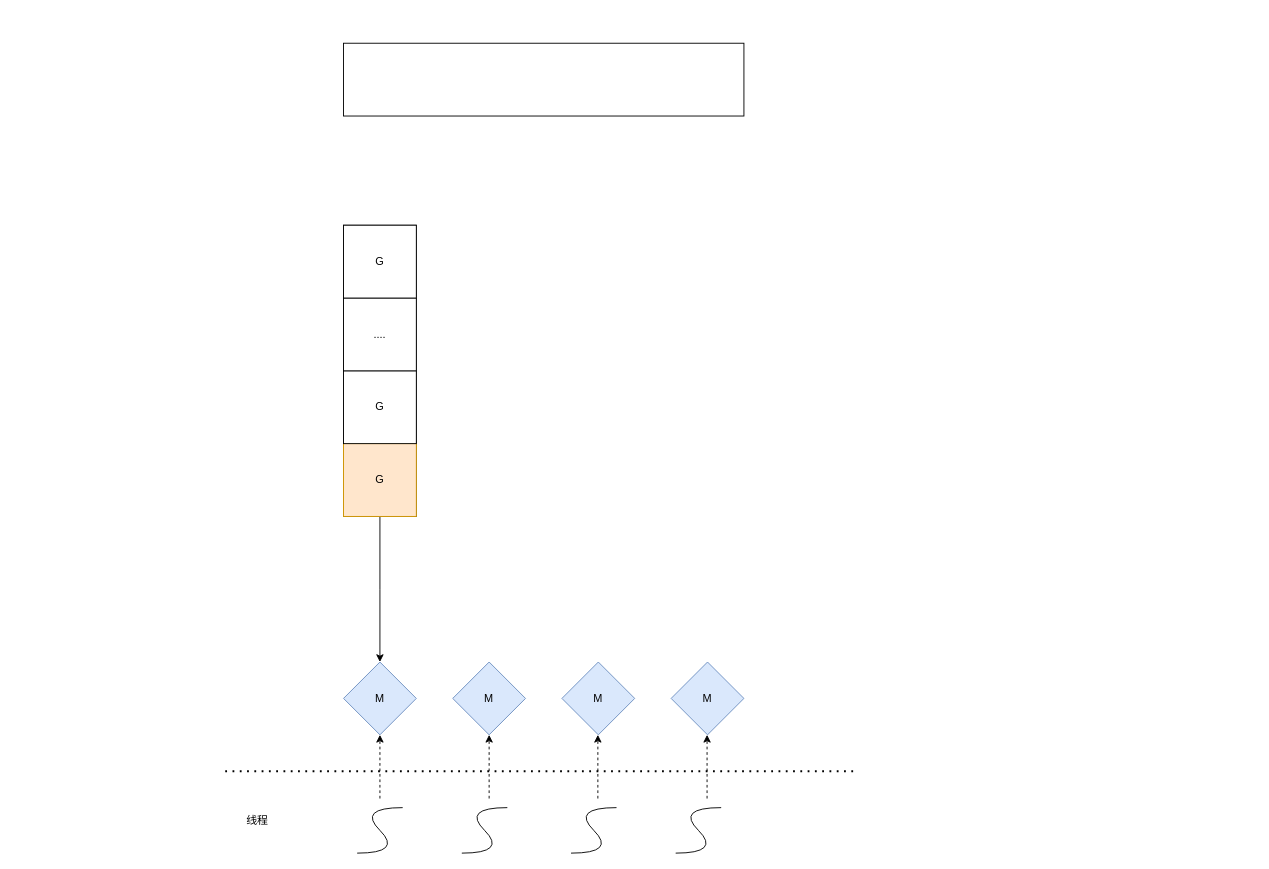
Earlier version of the draw.io diagram page "gpm" (2 of 2) of go.drawio (lovercode/drawio). Source tidied: cells renumbered, new cells numbered last; positions are measured from the earlier drawing's top-left corner, leaving out a move shared by most shapes. Both pictures are drawn from the tidied source at 91%, with x=0, y=0 at pixel (225, 43).
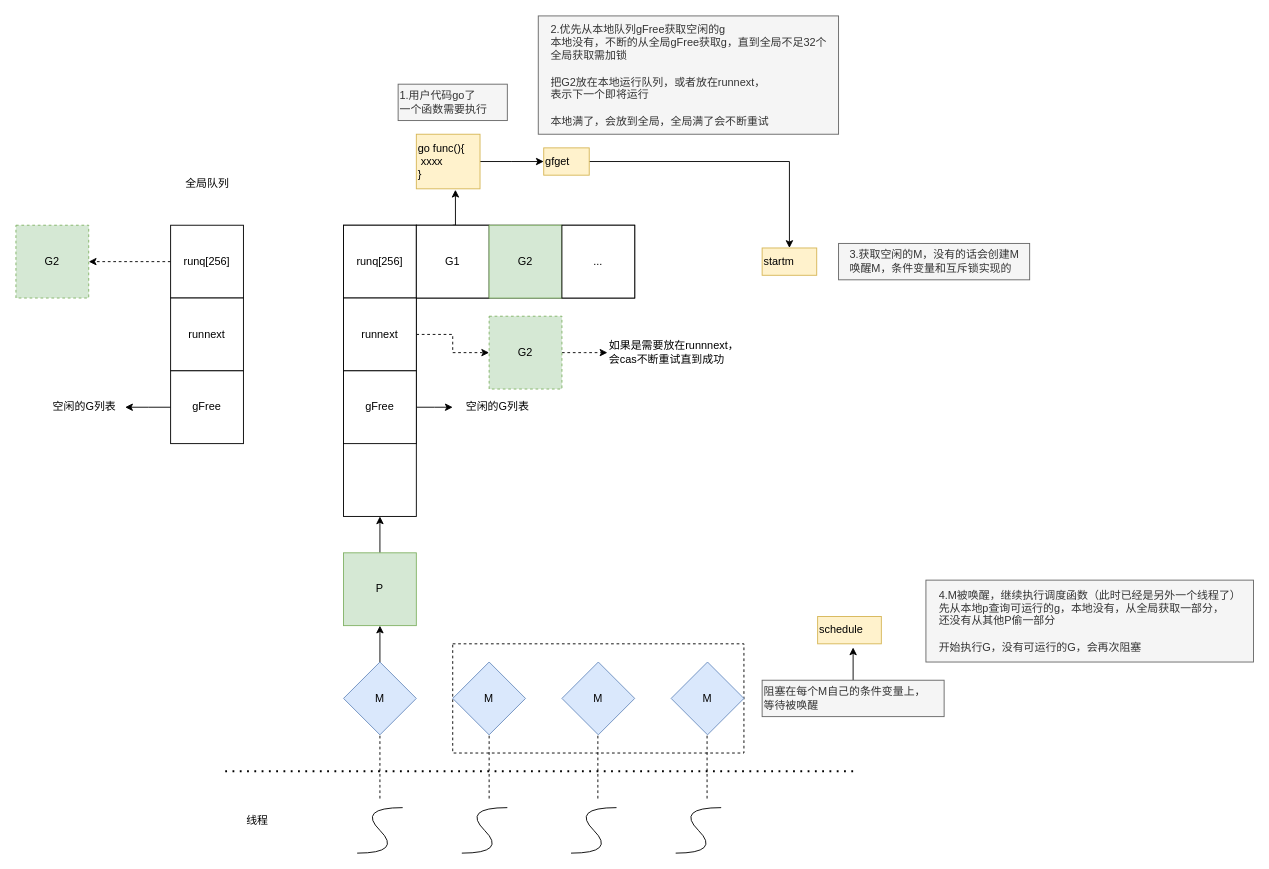
The same page after the edit.

The change refers to these unchanged cells:
```xml
<mxCell id="3" style="rounded=0;whiteSpace=wrap;html=1;" parent="1" vertex="1">
  <mxGeometry x="130" y="200" width="80" height="320" as="geometry" />
</mxCell>
<mxCell id="19" value="M" style="rhombus;whiteSpace=wrap;html=1;fillColor=#dae8fc;strokeColor=#6c8ebf;" parent="1" vertex="1">
  <mxGeometry x="130" y="680" width="80" height="80" as="geometry" />
</mxCell>
```

What changed in the source:
```diff
@@
+    <mxCell id="23" style="rounded=0;whiteSpace=wrap;html=1;dashed=1;" parent="1" vertex="1">
+      <mxGeometry x="250" y="660" width="320" height="120" as="geometry" />
+    </mxCell>
     <mxCell id="2" style="rounded=0;whiteSpace=wrap;html=1;" parent="1" vertex="1">
-      <mxGeometry x="130" width="440" height="80" as="geometry" />
+      <mxGeometry x="210" y="200" width="240" height="80" as="geometry" />
     </mxCell>
@@
-    <mxCell id="4" style="edgeStyle=orthogonalEdgeStyle;rounded=0;jettySize=auto;html=1;entryX=0.5;entryY=0;entryDx=0;entryDy=0;" parent="1" edge="1" source="5">
-      <mxGeometry relative="1" as="geometry">
-        <mxPoint x="170" y="680" as="targetPoint" />
-      </mxGeometry>
-    </mxCell>
-    <mxCell id="5" value="G" style="rounded=0;whiteSpace=wrap;html=1;fillColor=#ffe6cc;strokeColor=#d79b00;" parent="1" vertex="1">
-      <mxGeometry x="130" y="440" width="80" height="80" as="geometry" />
-    </mxCell>
-    <mxCell id="6" value="G" style="rounded=0;whiteSpace=wrap;html=1;" parent="1" vertex="1">
-      <mxGeometry x="130" y="360" width="80" height="80" as="geometry" />
-    </mxCell>
-    <mxCell id="7" value="...." style="rounded=0;whiteSpace=wrap;html=1;" parent="1" vertex="1">
-      <mxGeometry x="130" y="280" width="80" height="80" as="geometry" />
-    </mxCell>
-    <mxCell id="8" value="G" style="rounded=0;whiteSpace=wrap;html=1;" parent="1" vertex="1">
-      <mxGeometry x="130" y="200" width="80" height="80" as="geometry" />
-    </mxCell>
@@
-    <mxCell id="14" style="endArrow=classic;html=1;rounded=0;entryX=0.5;entryY=1;entryDx=0;entryDy=0;dashed=1;" parent="1" edge="1">
+    <mxCell id="14" style="endArrow=none;html=1;rounded=0;entryX=0.5;entryY=1;entryDx=0;entryDy=0;dashed=1;endFill=0;" parent="1" edge="1">
       <mxGeometry relative="1" as="geometry">
         <mxPoint x="170" y="830" as="sourcePoint" />
         <mxPoint x="170" y="760" as="targetPoint" />
       </mxGeometry>
     </mxCell>
-    <mxCell id="15" style="endArrow=classic;html=1;rounded=0;entryX=0.5;entryY=1;entryDx=0;entryDy=0;dashed=1;" parent="1" edge="1">
+    <mxCell id="15" style="endArrow=none;html=1;rounded=0;entryX=0.5;entryY=1;entryDx=0;entryDy=0;dashed=1;endFill=0;" parent="1" edge="1">
       <mxGeometry relative="1" as="geometry">
         <mxPoint x="290" y="830" as="sourcePoint" />
         <mxPoint x="290" y="760" as="targetPoint" />
       </mxGeometry>
     </mxCell>
-    <mxCell id="16" style="endArrow=classic;html=1;rounded=0;entryX=0.5;entryY=1;entryDx=0;entryDy=0;dashed=1;" parent="1" edge="1">
+    <mxCell id="16" style="endArrow=none;html=1;rounded=0;entryX=0.5;entryY=1;entryDx=0;entryDy=0;dashed=1;endFill=0;" parent="1" edge="1">
       <mxGeometry relative="1" as="geometry">
         <mxPoint x="409.5" y="830" as="sourcePoint" />
         <mxPoint x="409.5" y="760" as="targetPoint" />
       </mxGeometry>
     </mxCell>
-    <mxCell id="17" style="endArrow=classic;html=1;rounded=0;entryX=0.5;entryY=1;entryDx=0;entryDy=0;dashed=1;" parent="1" edge="1">
+    <mxCell id="17" style="endArrow=none;html=1;rounded=0;entryX=0.5;entryY=1;entryDx=0;entryDy=0;dashed=1;endFill=0;" parent="1" edge="1">
       <mxGeometry relative="1" as="geometry">
         <mxPoint x="529.5" y="830" as="sourcePoint" />
         <mxPoint x="529.5" y="760" as="targetPoint" />
       </mxGeometry>
     </mxCell>
@@
+    <mxCell id="24" style="edgeStyle=orthogonalEdgeStyle;rounded=0;jettySize=auto;html=1;entryX=0.5;entryY=1;entryDx=0;entryDy=0;" parent="1" edge="1" source="19" target="26">
+      <mxGeometry relative="1" as="geometry" />
+    </mxCell>
@@
+    <mxCell id="25" style="edgeStyle=orthogonalEdgeStyle;rounded=0;jettySize=auto;html=1;exitX=0.5;exitY=0;exitDx=0;exitDy=0;entryX=0.5;entryY=1;entryDx=0;entryDy=0;" parent="1" edge="1" source="26" target="3">
+      <mxGeometry relative="1" as="geometry" />
+    </mxCell>
+    <mxCell id="26" value="P" style="whiteSpace=wrap;html=1;fillColor=#d5e8d4;strokeColor=#82b366;" parent="1" vertex="1">
+      <mxGeometry x="130" y="560" width="80" height="80" as="geometry" />
+    </mxCell>
+    <mxCell id="27" style="edgeStyle=orthogonalEdgeStyle;rounded=0;jettySize=auto;html=1;" parent="1" edge="1" source="28">
+      <mxGeometry relative="1" as="geometry">
+        <mxPoint x="350" y="130" as="targetPoint" />
+      </mxGeometry>
+    </mxCell>
+    <mxCell id="28" value="go func(){&lt;br&gt;&lt;span style=&quot;white-space: pre;&quot;&gt; &lt;/span&gt;xxxx&lt;br&gt;}" style="text;html=1;align=left;verticalAlign=middle;points=[];strokeColor=#d6b656;fillColor=#fff2cc;" parent="1" vertex="1">
+      <mxGeometry x="210" y="100" width="70" height="60" as="geometry" />
+    </mxCell>
+    <mxCell id="29" value="runq[256]" style="whiteSpace=wrap;html=1;" parent="1" vertex="1">
+      <mxGeometry x="130" y="200" width="80" height="80" as="geometry" />
+    </mxCell>
+    <mxCell id="30" style="edgeStyle=orthogonalEdgeStyle;rounded=0;jettySize=auto;html=1;entryX=0;entryY=0.5;entryDx=0;entryDy=0;dashed=1;" parent="1" edge="1" source="31" target="51">
+      <mxGeometry relative="1" as="geometry" />
+    </mxCell>
+    <mxCell id="31" value="runnext" style="whiteSpace=wrap;html=1;" parent="1" vertex="1">
+      <mxGeometry x="130" y="280" width="80" height="80" as="geometry" />
+    </mxCell>
+    <mxCell id="32" style="edgeStyle=orthogonalEdgeStyle;rounded=0;jettySize=auto;html=1;exitX=0.5;exitY=0;exitDx=0;exitDy=0;entryX=0.614;entryY=1.017;entryDx=0;entryDy=0;entryPerimeter=0;" parent="1" edge="1" source="33" target="28">
+      <mxGeometry relative="1" as="geometry" />
+    </mxCell>
+    <mxCell id="33" value="G1" style="whiteSpace=wrap;html=1;" parent="1" vertex="1">
+      <mxGeometry x="210" y="200" width="80" height="80" as="geometry" />
+    </mxCell>
+    <mxCell id="34" value="G2" style="whiteSpace=wrap;html=1;fillColor=#d5e8d4;strokeColor=#82b366;" parent="1" vertex="1">
+      <mxGeometry x="290" y="200" width="80" height="80" as="geometry" />
+    </mxCell>
+    <mxCell id="35" value="..." style="whiteSpace=wrap;html=1;" parent="1" vertex="1">
+      <mxGeometry x="370" y="200" width="80" height="80" as="geometry" />
+    </mxCell>
+    <mxCell id="36" value="1.用户代码go了&lt;br&gt;一个函数需要执行" style="text;html=1;align=left;verticalAlign=middle;strokeColor=#666666;fillColor=#f5f5f5;fontColor=#333333;" parent="1" vertex="1">
+      <mxGeometry x="190" y="45" width="120" height="40" as="geometry" />
+    </mxCell>
+    <mxCell id="37" style="edgeStyle=orthogonalEdgeStyle;rounded=0;jettySize=auto;html=1;" parent="1" edge="1" source="38">
+      <mxGeometry relative="1" as="geometry">
+        <mxPoint x="250" y="400" as="targetPoint" />
+      </mxGeometry>
+    </mxCell>
+    <mxCell id="38" value="gFree" style="whiteSpace=wrap;html=1;" parent="1" vertex="1">
+      <mxGeometry x="130" y="360" width="80" height="80" as="geometry" />
+    </mxCell>
+    <mxCell id="39" style="edgeStyle=orthogonalEdgeStyle;rounded=0;jettySize=auto;html=1;entryX=1;entryY=0.5;entryDx=0;entryDy=0;dashed=1;" parent="1" edge="1" source="40" target="53">
+      <mxGeometry relative="1" as="geometry" />
+    </mxCell>
+    <mxCell id="40" value="runq[256]" style="whiteSpace=wrap;html=1;" parent="1" vertex="1">
+      <mxGeometry x="-60" y="200" width="80" height="80" as="geometry" />
+    </mxCell>
+    <mxCell id="41" value="runnext" style="whiteSpace=wrap;html=1;" parent="1" vertex="1">
+      <mxGeometry x="-60" y="280" width="80" height="80" as="geometry" />
+    </mxCell>
+    <mxCell id="42" style="edgeStyle=orthogonalEdgeStyle;rounded=0;jettySize=auto;html=1;" parent="1" edge="1" source="43">
+      <mxGeometry relative="1" as="geometry">
+        <mxPoint x="-110" y="400" as="targetPoint" />
+      </mxGeometry>
+    </mxCell>
+    <mxCell id="43" value="gFree" style="whiteSpace=wrap;html=1;" parent="1" vertex="1">
+      <mxGeometry x="-60" y="360" width="80" height="80" as="geometry" />
+    </mxCell>
+    <mxCell id="44" value="全局队列" style="text;html=1;align=center;verticalAlign=middle;strokeColor=none;fillColor=none;" parent="1" vertex="1">
+      <mxGeometry x="-55" y="140" width="70" height="30" as="geometry" />
+    </mxCell>
+    <mxCell id="45" value="空闲的G列表" style="text;html=1;align=center;verticalAlign=middle;strokeColor=none;fillColor=none;" parent="1" vertex="1">
+      <mxGeometry x="-200" y="385" width="90" height="30" as="geometry" />
+    </mxCell>
+    <mxCell id="46" value="空闲的G列表" style="text;html=1;align=center;verticalAlign=middle;strokeColor=none;fillColor=none;" parent="1" vertex="1">
+      <mxGeometry x="254" y="385" width="90" height="30" as="geometry" />
+    </mxCell>
+    <mxCell id="47" style="edgeStyle=orthogonalEdgeStyle;rounded=0;jettySize=auto;html=1;" parent="1" edge="1" source="48" target="54">
+      <mxGeometry relative="1" as="geometry" />
+    </mxCell>
+    <mxCell id="48" value="gfget" style="text;html=1;align=left;verticalAlign=middle;points=[];strokeColor=#d6b656;fillColor=#fff2cc;" parent="1" vertex="1">
+      <mxGeometry x="350" y="115" width="50" height="30" as="geometry" />
+    </mxCell>
+    <mxCell id="49" value="&lt;div style=&quot;text-align: left;&quot;&gt;&lt;span style=&quot;background-color: initial;&quot;&gt;2.优先从本地队列gFree获取空闲的g&lt;/span&gt;&lt;/div&gt;&lt;div style=&quot;text-align: left;&quot;&gt;&lt;span style=&quot;background-color: initial;&quot;&gt;本地没有，不断的从全局gFree获取g，直到全局不足32个&lt;br&gt;全局获取需加锁&lt;br&gt;&lt;br&gt;把G2放在本地运行队列，或者放在runnext，&lt;br&gt;表示下一个即将运行&lt;br&gt;&lt;br&gt;本地满了，会放到全局，全局满了会不断重试&lt;/span&gt;&lt;/div&gt;" style="text;html=1;align=center;verticalAlign=middle;strokeColor=#666666;fillColor=#f5f5f5;fontColor=#333333;" parent="1" vertex="1">
+      <mxGeometry x="344" y="-30" width="330" height="130" as="geometry" />
+    </mxCell>
+    <mxCell id="50" style="edgeStyle=orthogonalEdgeStyle;rounded=0;jettySize=auto;html=1;dashed=1;" parent="1" edge="1" source="51">
+      <mxGeometry relative="1" as="geometry">
+        <mxPoint x="420" y="340" as="targetPoint" />
+      </mxGeometry>
+    </mxCell>
+    <mxCell id="51" value="G2" style="whiteSpace=wrap;html=1;fillColor=#d5e8d4;strokeColor=#82b366;dashed=1;" parent="1" vertex="1">
+      <mxGeometry x="290" y="300" width="80" height="80" as="geometry" />
+    </mxCell>
+    <mxCell id="52" value="如果是需要放在runnnext，&lt;br&gt;会cas不断重试直到成功" style="text;html=1;align=left;verticalAlign=middle;strokeColor=none;fillColor=none;" parent="1" vertex="1">
+      <mxGeometry x="420" y="320" width="170" height="40" as="geometry" />
+    </mxCell>
+    <mxCell id="53" value="G2" style="whiteSpace=wrap;html=1;fillColor=#d5e8d4;strokeColor=#82b366;dashed=1;" parent="1" vertex="1">
+      <mxGeometry x="-230" y="200" width="80" height="80" as="geometry" />
+    </mxCell>
+    <mxCell id="54" value="startm" style="text;html=1;align=left;verticalAlign=middle;points=[];strokeColor=#d6b656;fillColor=#fff2cc;" parent="1" vertex="1">
+      <mxGeometry x="590" y="225" width="60" height="30" as="geometry" />
+    </mxCell>
+    <mxCell id="55" value="&lt;div style=&quot;text-align: left;&quot;&gt;3.获取空闲的M，没有的话会创建M&lt;br&gt;唤醒M，条件变量和互斥锁实现的&lt;/div&gt;" style="text;html=1;align=center;verticalAlign=middle;strokeColor=#666666;fillColor=#f5f5f5;fontColor=#333333;" parent="1" vertex="1">
+      <mxGeometry x="674" y="220" width="210" height="40" as="geometry" />
+    </mxCell>
+    <mxCell id="56" style="edgeStyle=orthogonalEdgeStyle;rounded=0;jettySize=auto;html=1;entryX=0.557;entryY=1.133;entryDx=0;entryDy=0;entryPerimeter=0;" parent="1" edge="1" source="57" target="58">
+      <mxGeometry relative="1" as="geometry" />
+    </mxCell>
+    <mxCell id="57" value="阻塞在每个M自己的条件变量上，&lt;br&gt;等待被唤醒" style="text;html=1;align=left;verticalAlign=middle;points=[];strokeColor=#666666;fillColor=#f5f5f5;fontColor=#333333;" parent="1" vertex="1">
+      <mxGeometry x="590" y="700" width="200" height="40" as="geometry" />
+    </mxCell>
+    <mxCell id="58" value="schedule" style="text;html=1;align=left;verticalAlign=middle;points=[];strokeColor=#d6b656;fillColor=#fff2cc;" parent="1" vertex="1">
+      <mxGeometry x="651" y="630" width="70" height="30" as="geometry" />
+    </mxCell>
+    <mxCell id="59" value="&lt;div style=&quot;text-align: left;&quot;&gt;4.M被唤醒，继续执行调度函数（此时已经是另外一个线程了）&lt;br&gt;先从本地p查询可运行的g，本地没有，从全局获取一部分，&lt;br&gt;还没有从其他P偷一部分&lt;br&gt;&lt;br&gt;开始执行G，没有可运行的G，会再次阻塞&lt;/div&gt;" style="text;html=1;align=center;verticalAlign=middle;strokeColor=#666666;fillColor=#f5f5f5;fontColor=#333333;" parent="1" vertex="1">
+      <mxGeometry x="770" y="590" width="360" height="90" as="geometry" />
+    </mxCell>
```
